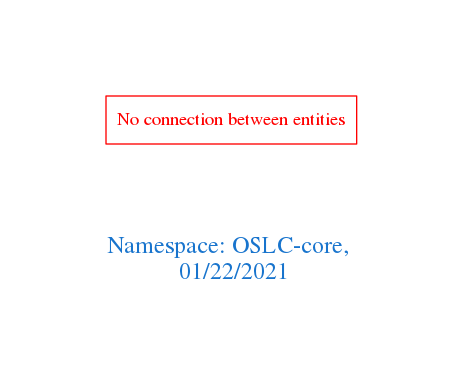
Before: downloads/OSLC-core.png, a diagram exported from Graphviz (arago/OGIT). Its source is kept beside it as downloads/OSLC-core.dot.
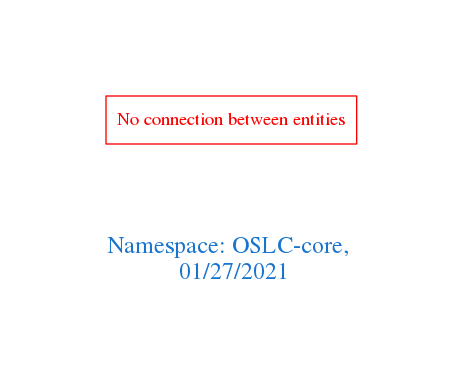
After the change.

Diff of the diagram source:
```diff
@@ -1,7 +1,7 @@
 digraph OGIT_ontology {
  graph [ rankdir= LR,pad=1
 fontsize = 18,
-fontcolor= dodgerblue3,label = "\n\n\nNamespace: OSLC-core, \n 01/22/2021"];
+fontcolor= dodgerblue3,label = "\n\n\nNamespace: OSLC-core, \n 01/27/2021"];
 node[shape=polygon];
 edge [  color="gray81"];
 
```
